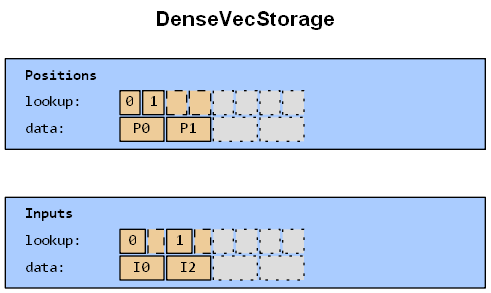
This is assets/images/storage_dense_vec.dot.png from azriel91/ecs_paradigm, a Graphviz export, as it was before one commit. Its source is kept beside it as assets/dot/storage_dense_vec.dot. The source it was exported from:
```dot
digraph DenseVecStorage {
    graph [
        fontname = "Arial",
        fontsize = 16,
        label = <<b>DenseVecStorage<br /><br /></b>>,
        labelloc = top,
        bgcolor = "transparent",
    ];

    node [
        fillcolor = "#aaccff",
        fontname = "consolas",
        fontsize = 11,
        shape = box,
        style = filled,
        width = 5;
    ];


    positions [
        label = <<table border="0" cellborder="0">
            <tr><td align="left"><b>Positions  </b></td></tr>
            <tr cellspacing="0">
                <td align="left">lookup: </td>
                <td border="1" bgcolor="#eecc99">0</td>
                <td border="1" bgcolor="#eecc99">1</td>
                <td border="1" bgcolor="#eecc99" style="dashed"></td>
                <td border="1" bgcolor="#eecc99" style="dashed"></td>
                <td border="1" bgcolor="#dddddd" style="dotted"></td>
                <td border="1" bgcolor="#dddddd" style="dotted"></td>
                <td border="1" bgcolor="#dddddd" style="dotted"></td>
                <td border="1" bgcolor="#dddddd" style="dotted"></td>
            </tr>
            <tr cellspacing="0">
                <td align="left">data: </td>
                <td border="1" bgcolor="#eecc99" colspan="2"> P0 </td>
                <td border="1" bgcolor="#eecc99" colspan="2"> P1 </td>
                <td border="1" bgcolor="#dddddd" colspan="2" style="dotted">    </td>
                <td border="1" bgcolor="#dddddd" colspan="2" style="dotted">    </td>
                <td style="invis">    </td>
                <td style="invis">    </td>
                <td style="invis">    </td>
                <td style="invis">    </td>
            </tr>
        </table>>,
    ];

    inputs [
        label = <<table border="0" cellborder="0">
            <tr><td align="left"><b>Inputs     </b></td></tr>
            <tr cellspacing="0">
                <td align="left">lookup: </td>
                <td border="1" bgcolor="#eecc99">0</td>
                <td border="1" bgcolor="#eecc99" style="dashed"></td>
                <td border="1" bgcolor="#eecc99">1</td>
                <td border="1" bgcolor="#eecc99" style="dashed"></td>
                <td border="1" bgcolor="#dddddd" style="dotted"></td>
                <td border="1" bgcolor="#dddddd" style="dotted"></td>
                <td border="1" bgcolor="#dddddd" style="dotted"></td>
                <td border="1" bgcolor="#dddddd" style="dotted"></td>
            </tr>
            <tr cellspacing="0">
                <td align="left">data: </td>
                <td border="1" bgcolor="#eecc99" colspan="2"> I0 </td>
                <td border="1" bgcolor="#eecc99" colspan="2"> I2 </td>
                <td border="1" bgcolor="#dddddd" colspan="2" style="dotted">    </td>
                <td border="1" bgcolor="#dddddd" colspan="2" style="dotted">    </td>
                <td style="invis">    </td>
                <td style="invis">    </td>
                <td style="invis">    </td>
                <td style="invis">    </td>
            </tr>
        </table>>,
    ];

    edge [style = "invis"];

    positions -> inputs;
}
```
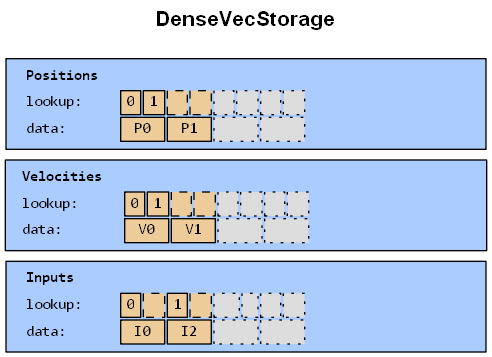
Later version of the same file.

What changed in the source:
```diff
@@ -5,6 +5,8 @@
         label = <<b>DenseVecStorage<br /><br /></b>>,
         labelloc = top,
         bgcolor = "transparent",
+        nodesep = 0,
+        ranksep = 0,
     ];
 
     node [
@@ -33,8 +35,36 @@
             </tr>
             <tr cellspacing="0">
                 <td align="left">data: </td>
-                <td border="1" bgcolor="#eecc99" colspan="2"> P0 </td>
-                <td border="1" bgcolor="#eecc99" colspan="2"> P1 </td>
+                <td border="1" bgcolor="#eecc99" colspan="2">&nbsp;P0&nbsp;</td>
+                <td border="1" bgcolor="#eecc99" colspan="2">&nbsp;P1&nbsp;</td>
+                <td border="1" bgcolor="#dddddd" colspan="2" style="dotted">    </td>
+                <td border="1" bgcolor="#dddddd" colspan="2" style="dotted">    </td>
+                <td style="invis">    </td>
+                <td style="invis">    </td>
+                <td style="invis">    </td>
+                <td style="invis">    </td>
+            </tr>
+        </table>>,
+    ];
+
+    velocities [
+        label = <<table border="0" cellborder="0">
+            <tr><td align="left"><b>Velocities  </b></td></tr>
+            <tr cellspacing="0">
+                <td align="left">lookup: </td>
+                <td border="1" bgcolor="#eecc99">0</td>
+                <td border="1" bgcolor="#eecc99">1</td>
+                <td border="1" bgcolor="#eecc99" style="dashed"></td>
+                <td border="1" bgcolor="#eecc99" style="dashed"></td>
+                <td border="1" bgcolor="#dddddd" style="dotted"></td>
+                <td border="1" bgcolor="#dddddd" style="dotted"></td>
+                <td border="1" bgcolor="#dddddd" style="dotted"></td>
+                <td border="1" bgcolor="#dddddd" style="dotted"></td>
+            </tr>
+            <tr cellspacing="0">
+                <td align="left">data: </td>
+                <td border="1" bgcolor="#eecc99" colspan="2">&nbsp;V0&nbsp;</td>
+                <td border="1" bgcolor="#eecc99" colspan="2">&nbsp;V1&nbsp;</td>
                 <td border="1" bgcolor="#dddddd" colspan="2" style="dotted">    </td>
                 <td border="1" bgcolor="#dddddd" colspan="2" style="dotted">    </td>
                 <td style="invis">    </td>
@@ -51,18 +81,18 @@
             <tr cellspacing="0">
                 <td align="left">lookup: </td>
                 <td border="1" bgcolor="#eecc99">0</td>
-                <td border="1" bgcolor="#eecc99" style="dashed"></td>
+                <td border="1" bgcolor="#eecc99" style="dashed">&nbsp;</td>
                 <td border="1" bgcolor="#eecc99">1</td>
-                <td border="1" bgcolor="#eecc99" style="dashed"></td>
-                <td border="1" bgcolor="#dddddd" style="dotted"></td>
+                <td border="1" bgcolor="#eecc99" style="dashed">&nbsp;</td>
+                <td border="1" bgcolor="#dddddd" style="dotted">&nbsp;</td>
                 <td border="1" bgcolor="#dddddd" style="dotted"></td>
                 <td border="1" bgcolor="#dddddd" style="dotted"></td>
                 <td border="1" bgcolor="#dddddd" style="dotted"></td>
             </tr>
             <tr cellspacing="0">
                 <td align="left">data: </td>
-                <td border="1" bgcolor="#eecc99" colspan="2"> I0 </td>
-                <td border="1" bgcolor="#eecc99" colspan="2"> I2 </td>
+                <td border="1" bgcolor="#eecc99" colspan="2">&nbsp;I0&nbsp;</td>
+                <td border="1" bgcolor="#eecc99" colspan="2">&nbsp;I2&nbsp;</td>
                 <td border="1" bgcolor="#dddddd" colspan="2" style="dotted">    </td>
                 <td border="1" bgcolor="#dddddd" colspan="2" style="dotted">    </td>
                 <td style="invis">    </td>
@@ -75,5 +105,5 @@
 
     edge [style = "invis"];
 
-    positions -> inputs;
+    positions -> velocities -> inputs;
 }
```
